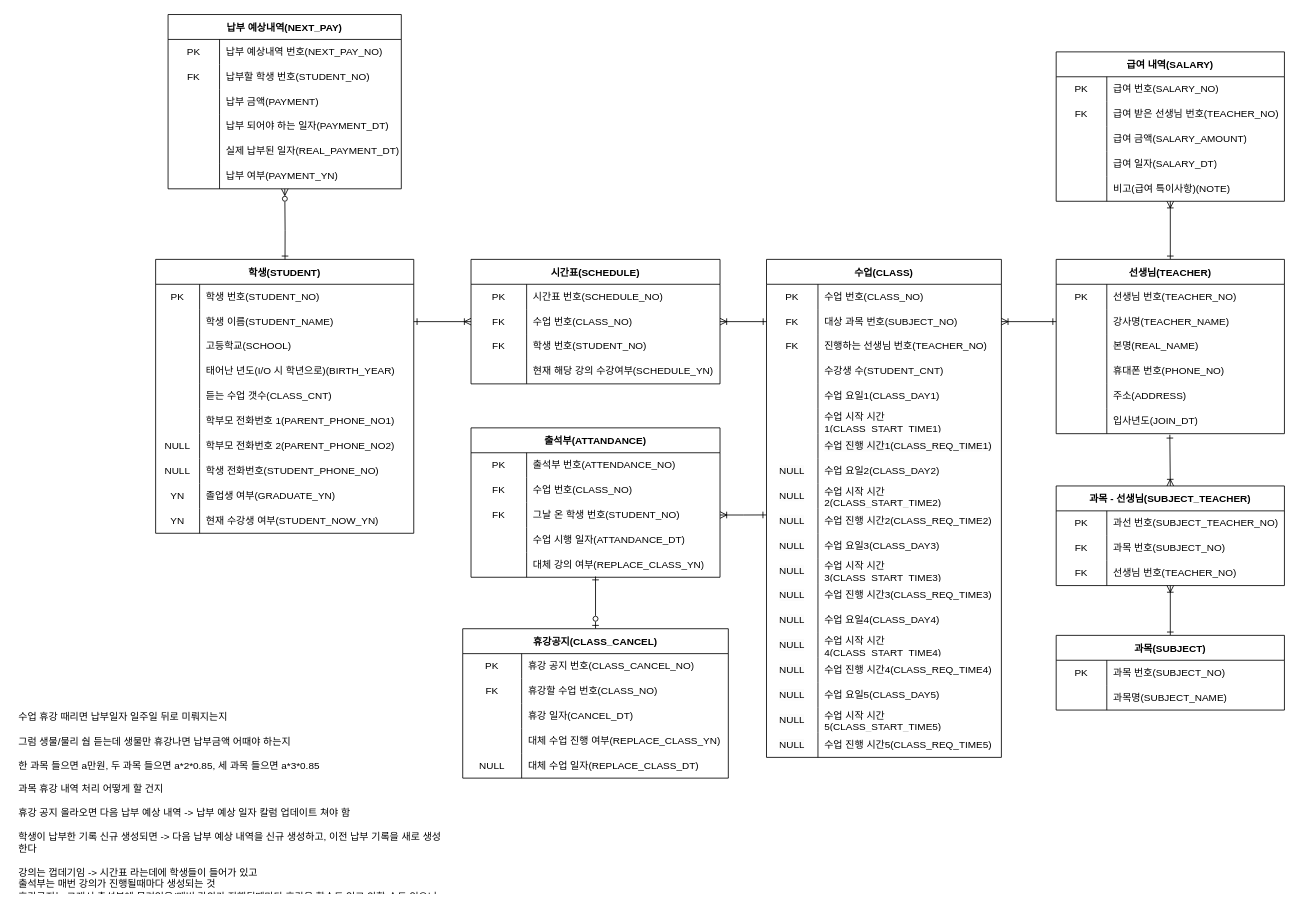
The draw.io diagram sosu db.drawio in sosu-academy/sosu-backend, before the edit. Source tidied: cells renumbered, new cells numbered last; positions are measured from the earlier drawing's top-left corner, leaving out a move shared by most shapes. Both pictures are drawn from the tidied source at 83%, with x=0, y=0 at pixel (14, 14).
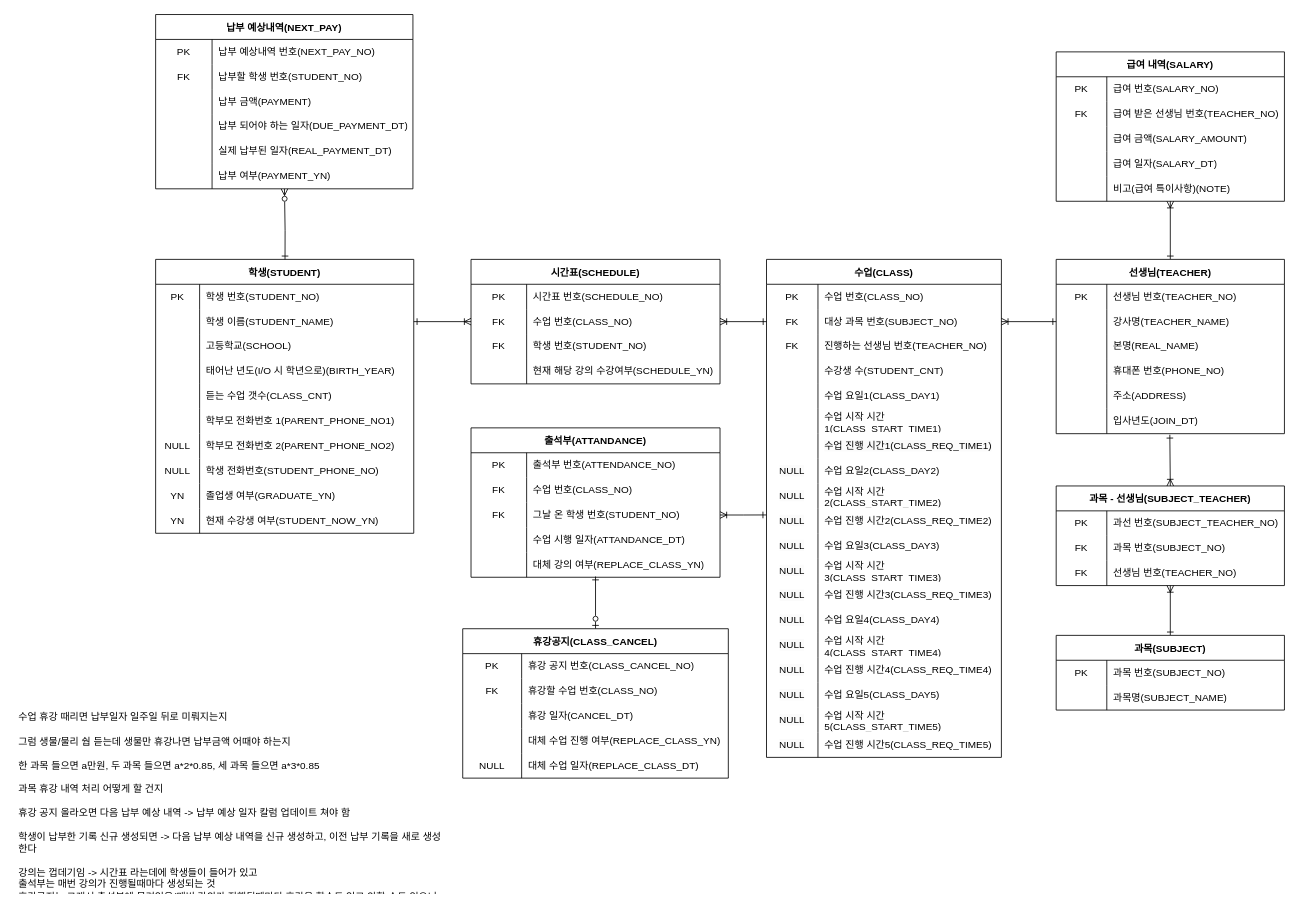
The same page after the edit.

Change to the diagram source:
```diff
@@
     <mxCell id="103" value="납부 예상내역(NEXT_PAY)" style="shape=table;startSize=30;childLayout=tableLayout;rowLines=0;fontStyle=1;" parent="1" vertex="1">
-      <mxGeometry x="185" width="281" height="210" as="geometry" />
+      <mxGeometry x="170" width="310" height="210" as="geometry" />
     </mxCell>
     <mxCell id="104" style="shape=tableRow;horizontal=0;startSize=0;swimlaneHead=0;swimlaneBody=0;top=0;left=0;bottom=0;right=0;fillColor=none;" parent="103" vertex="1">
-      <mxGeometry y="30" width="281" height="30" as="geometry" />
+      <mxGeometry y="30" width="310" height="30" as="geometry" />
     </mxCell>
     <mxCell id="105" value="PK" style="shape=partialRectangle;html=1;whiteSpace=wrap;fillColor=none;top=0;left=0;bottom=0;right=0;overflow=hidden;" parent="104" vertex="1">
-      <mxGeometry width="62" height="30" as="geometry" />
+      <mxGeometry width="68" height="30" as="geometry" />
     </mxCell>
     <mxCell id="106" value="납부 예상내역 번호(NEXT_PAY_NO)" style="shape=partialRectangle;html=1;whiteSpace=wrap;fillColor=none;top=0;left=0;bottom=0;right=0;align=left;spacingLeft=6;overflow=hidden;" parent="104" vertex="1">
-      <mxGeometry x="62" width="219" height="30" as="geometry" />
+      <mxGeometry x="68" width="242" height="30" as="geometry" />
     </mxCell>
     <mxCell id="107" style="shape=tableRow;horizontal=0;startSize=0;swimlaneHead=0;swimlaneBody=0;top=0;left=0;bottom=0;right=0;fillColor=none;" parent="103" vertex="1">
-      <mxGeometry y="60" width="281" height="30" as="geometry" />
+      <mxGeometry y="60" width="310" height="30" as="geometry" />
     </mxCell>
     <mxCell id="108" value="FK" style="shape=partialRectangle;html=1;whiteSpace=wrap;fillColor=none;top=0;left=0;bottom=0;right=0;overflow=hidden;" parent="107" vertex="1">
-      <mxGeometry width="62" height="30" as="geometry" />
+      <mxGeometry width="68" height="30" as="geometry" />
     </mxCell>
     <mxCell id="109" value="납부할 학생 번호(STUDENT_NO)" style="shape=partialRectangle;html=1;whiteSpace=wrap;fillColor=none;top=0;left=0;bottom=0;right=0;align=left;spacingLeft=6;overflow=hidden;" parent="107" vertex="1">
-      <mxGeometry x="62" width="219" height="30" as="geometry" />
+      <mxGeometry x="68" width="242" height="30" as="geometry" />
     </mxCell>
     <mxCell id="110" style="shape=tableRow;horizontal=0;startSize=0;swimlaneHead=0;swimlaneBody=0;top=0;left=0;bottom=0;right=0;fillColor=none;" parent="103" vertex="1">
-      <mxGeometry y="90" width="281" height="30" as="geometry" />
+      <mxGeometry y="90" width="310" height="30" as="geometry" />
     </mxCell>
     <mxCell id="111" style="shape=partialRectangle;html=1;whiteSpace=wrap;fillColor=none;top=0;left=0;bottom=0;right=0;overflow=hidden;" parent="110" vertex="1">
-      <mxGeometry width="62" height="30" as="geometry" />
+      <mxGeometry width="68" height="30" as="geometry" />
     </mxCell>
     <mxCell id="112" value="납부 금액(PAYMENT)" style="shape=partialRectangle;html=1;whiteSpace=wrap;fillColor=none;top=0;left=0;bottom=0;right=0;align=left;spacingLeft=6;overflow=hidden;" parent="110" vertex="1">
-      <mxGeometry x="62" width="219" height="30" as="geometry" />
+      <mxGeometry x="68" width="242" height="30" as="geometry" />
     </mxCell>
     <mxCell id="113" style="shape=tableRow;horizontal=0;startSize=0;swimlaneHead=0;swimlaneBody=0;top=0;left=0;bottom=0;right=0;fillColor=none;" parent="103" vertex="1">
-      <mxGeometry y="120" width="281" height="30" as="geometry" />
+      <mxGeometry y="120" width="310" height="30" as="geometry" />
     </mxCell>
     <mxCell id="114" style="shape=partialRectangle;html=1;whiteSpace=wrap;fillColor=none;top=0;left=0;bottom=0;right=0;overflow=hidden;" parent="113" vertex="1">
-      <mxGeometry width="62" height="30" as="geometry" />
+      <mxGeometry width="68" height="30" as="geometry" />
     </mxCell>
-    <mxCell id="115" value="납부 되어야 하는 일자(PAYMENT_DT)" style="shape=partialRectangle;html=1;whiteSpace=wrap;fillColor=none;top=0;left=0;bottom=0;right=0;align=left;spacingLeft=6;overflow=hidden;" parent="113" vertex="1">
-      <mxGeometry x="62" width="219" height="30" as="geometry" />
+    <mxCell id="115" value="납부 되어야 하는 일자(DUE_PAYMENT_DT)" style="shape=partialRectangle;html=1;whiteSpace=wrap;fillColor=none;top=0;left=0;bottom=0;right=0;align=left;spacingLeft=6;overflow=hidden;" parent="113" vertex="1">
+      <mxGeometry x="68" width="242" height="30" as="geometry" />
     </mxCell>
     <mxCell id="116" style="shape=tableRow;horizontal=0;startSize=0;swimlaneHead=0;swimlaneBody=0;top=0;left=0;bottom=0;right=0;fillColor=none;" parent="103" vertex="1">
-      <mxGeometry y="150" width="281" height="30" as="geometry" />
+      <mxGeometry y="150" width="310" height="30" as="geometry" />
     </mxCell>
     <mxCell id="117" style="shape=partialRectangle;html=1;whiteSpace=wrap;fillColor=none;top=0;left=0;bottom=0;right=0;overflow=hidden;" parent="116" vertex="1">
-      <mxGeometry width="62" height="30" as="geometry" />
+      <mxGeometry width="68" height="30" as="geometry" />
     </mxCell>
     <mxCell id="118" value="실제 납부된 일자(REAL_PAYMENT_DT)" style="shape=partialRectangle;html=1;whiteSpace=wrap;fillColor=none;top=0;left=0;bottom=0;right=0;align=left;spacingLeft=6;overflow=hidden;" parent="116" vertex="1">
-      <mxGeometry x="62" width="219" height="30" as="geometry" />
+      <mxGeometry x="68" width="242" height="30" as="geometry" />
     </mxCell>
     <mxCell id="119" style="shape=tableRow;horizontal=0;startSize=0;swimlaneHead=0;swimlaneBody=0;top=0;left=0;bottom=0;right=0;fillColor=none;points=[[0,0.5],[1,0.5]];portConstraint=eastwest;" parent="103" vertex="1">
-      <mxGeometry y="180" width="281" height="30" as="geometry" />
+      <mxGeometry y="180" width="310" height="30" as="geometry" />
     </mxCell>
     <mxCell id="120" style="shape=partialRectangle;html=1;whiteSpace=wrap;fillColor=none;top=0;left=0;bottom=0;right=0;overflow=hidden;" parent="119" vertex="1">
-      <mxGeometry width="62" height="30" as="geometry" />
+      <mxGeometry width="68" height="30" as="geometry" />
     </mxCell>
     <mxCell id="121" value="납부 여부(PAYMENT_YN)" style="shape=partialRectangle;html=1;whiteSpace=wrap;fillColor=none;top=0;left=0;bottom=0;right=0;align=left;spacingLeft=6;overflow=hidden;" parent="119" vertex="1">
-      <mxGeometry x="62" width="219" height="30" as="geometry" />
+      <mxGeometry x="68" width="242" height="30" as="geometry" />
     </mxCell>
```
